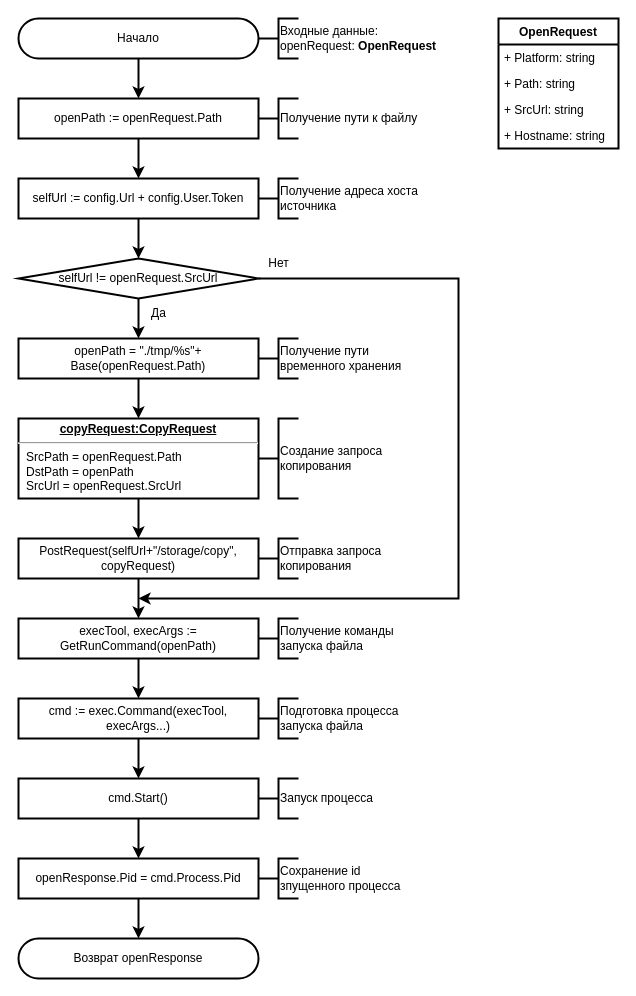
Earlier version of the draw.io diagram page "open-file-handler" (2 of 9) of images/algorithm/runner/algorithm-runner.drawio (necroin/vss-docs). Source tidied: cells renumbered, new cells numbered last; positions are measured from the earlier drawing's top-left corner, leaving out a move shared by most shapes. Both pictures are drawn from the tidied source at 100%, with x=0, y=0 at pixel (18, 18).
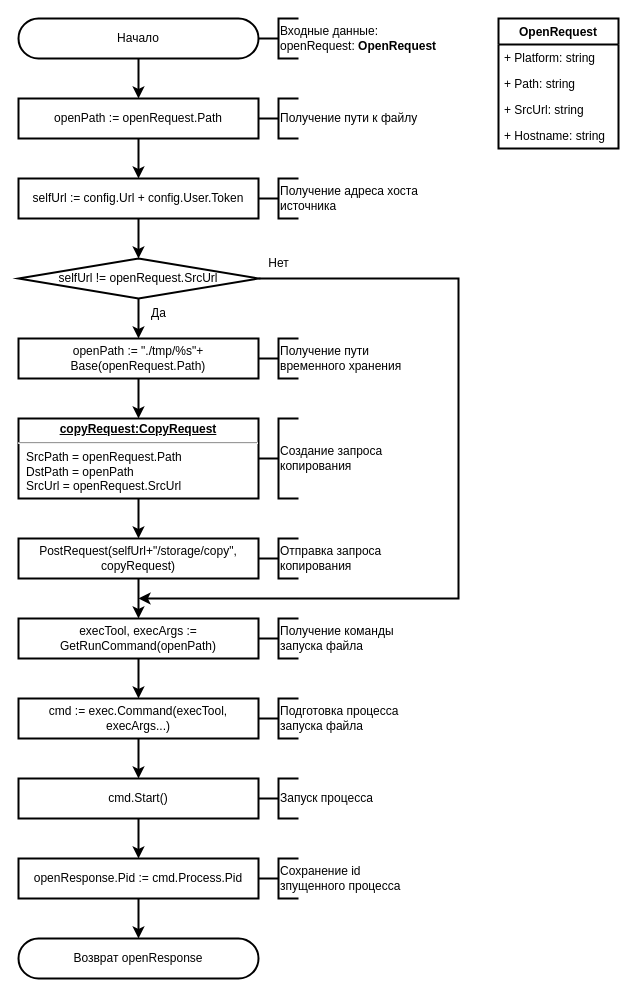
The same page after the edit.

Diff of the diagram source:
```diff
@@
-    <mxCell id="13" value="openPath = &quot;./tmp/%s&quot;+ Base(openRequest.Path)" style="rounded=0;whiteSpace=wrap;html=1;strokeWidth=2;" parent="1" vertex="1">
+    <mxCell id="13" value="openPath := &quot;./tmp/%s&quot;+ Base(openRequest.Path)" style="rounded=0;whiteSpace=wrap;html=1;strokeWidth=2;" parent="1" vertex="1">
       <mxGeometry y="320" width="240" height="40" as="geometry" />
     </mxCell>
@@
-    <mxCell id="29" value="openResponse.Pid = cmd.Process.Pid" style="rounded=0;whiteSpace=wrap;html=1;strokeWidth=2;" parent="1" vertex="1">
+    <mxCell id="29" value="openResponse.Pid := cmd.Process.Pid" style="rounded=0;whiteSpace=wrap;html=1;strokeWidth=2;" parent="1" vertex="1">
       <mxGeometry y="840" width="240" height="40" as="geometry" />
     </mxCell>
```
